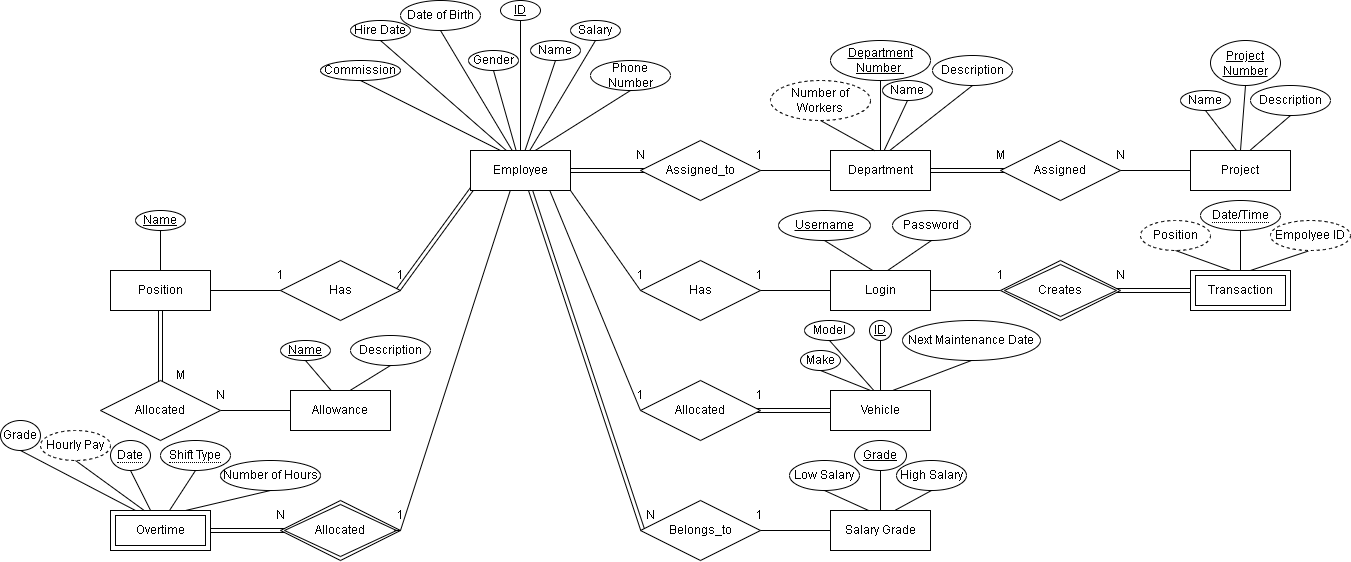
Before: Phase 1/ERD.drawio.png, a diagram exported from draw.io (AhmedElkhashn/DB-project). Source tidied: cells renumbered, new cells last; positions are measured from the earlier drawing's top-left corner, leaving out a move shared by most shapes.
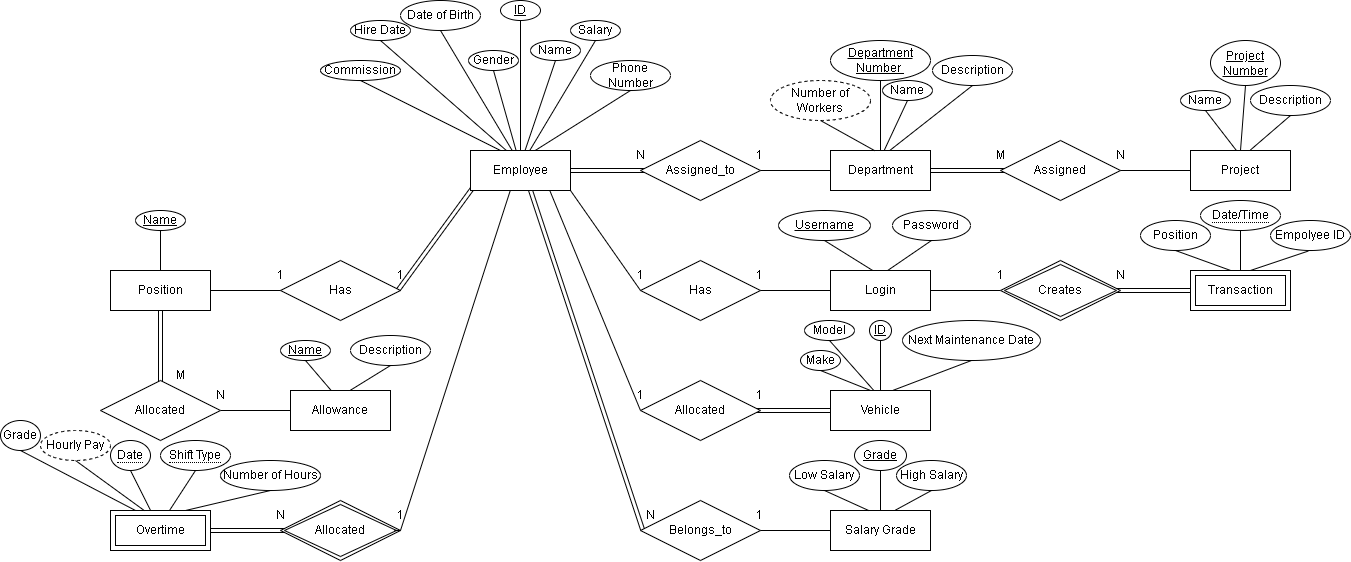
The same file after the commit.

What changed in the source:
```diff
@@ -248,10 +248,10 @@
         <mxPoint x="891.9" y="390.1" as="targetPoint" />
       </mxGeometry>
     </mxCell>
-    <mxCell id="78" value="Empolyee ID" style="ellipse;whiteSpace=wrap;html=1;align=center;dashed=1;" parent="1" vertex="1">
+    <mxCell id="78" value="Empolyee ID" style="ellipse;whiteSpace=wrap;html=1;align=center;" parent="1" vertex="1">
       <mxGeometry x="1270" y="220" width="80" height="30" as="geometry" />
     </mxCell>
-    <mxCell id="79" value="Position" style="ellipse;whiteSpace=wrap;html=1;align=center;dashed=1;" parent="1" vertex="1">
+    <mxCell id="79" value="Position" style="ellipse;whiteSpace=wrap;html=1;align=center;" parent="1" vertex="1">
       <mxGeometry x="1140" y="220" width="70" height="30" as="geometry" />
     </mxCell>
     <mxCell id="80" value="&lt;span style=&quot;border-bottom: 1px dotted&quot;&gt;Date/Time&lt;/span&gt;" style="ellipse;whiteSpace=wrap;html=1;align=center;" parent="1" vertex="1">
```
